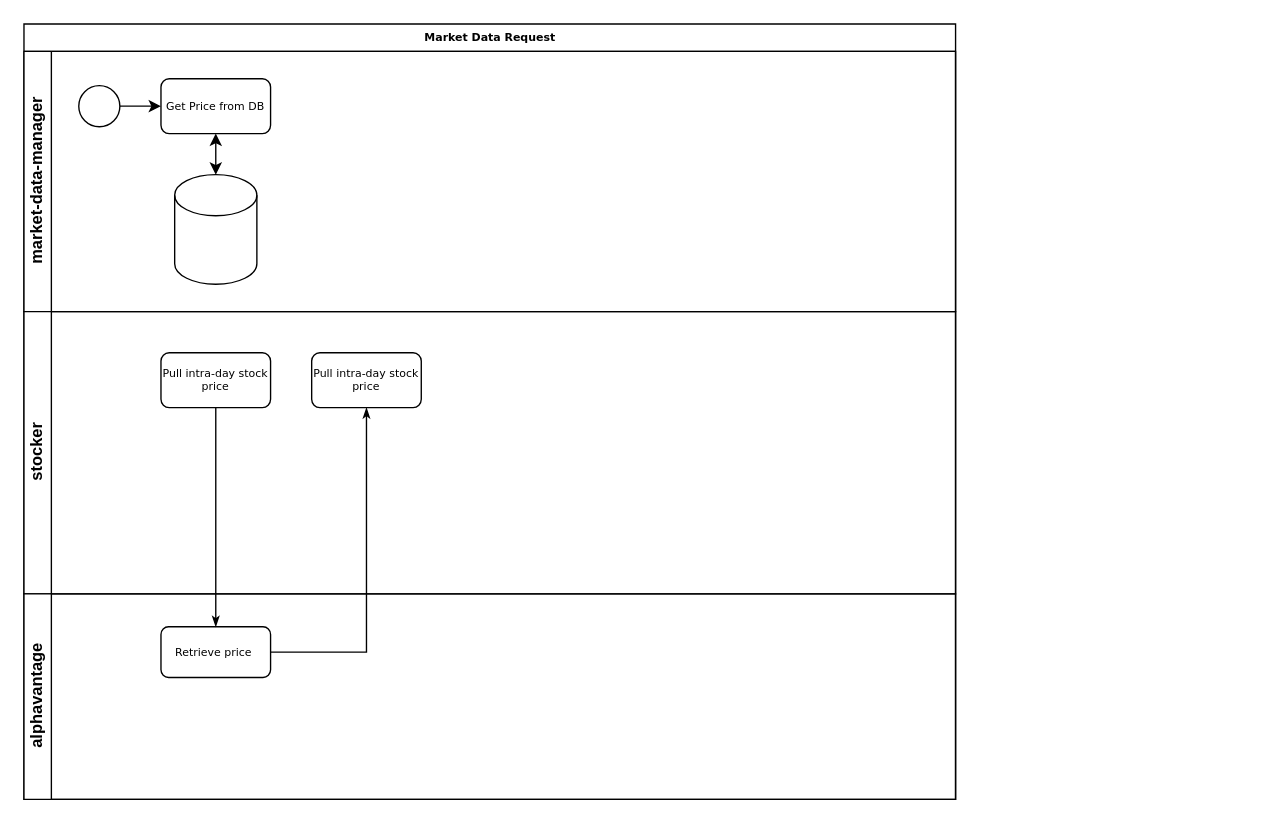
Above: market-data/Untitled Diagram.drawio in RicardoVCDev/flowcharts (draw.io), before the change. Source tidied: cells renumbered, new cells numbered last; positions are measured from the earlier drawing's top-left corner, leaving out a move shared by most shapes. Both pictures are drawn from the tidied source at 137%, with x=0, y=0 at pixel (23, 23).
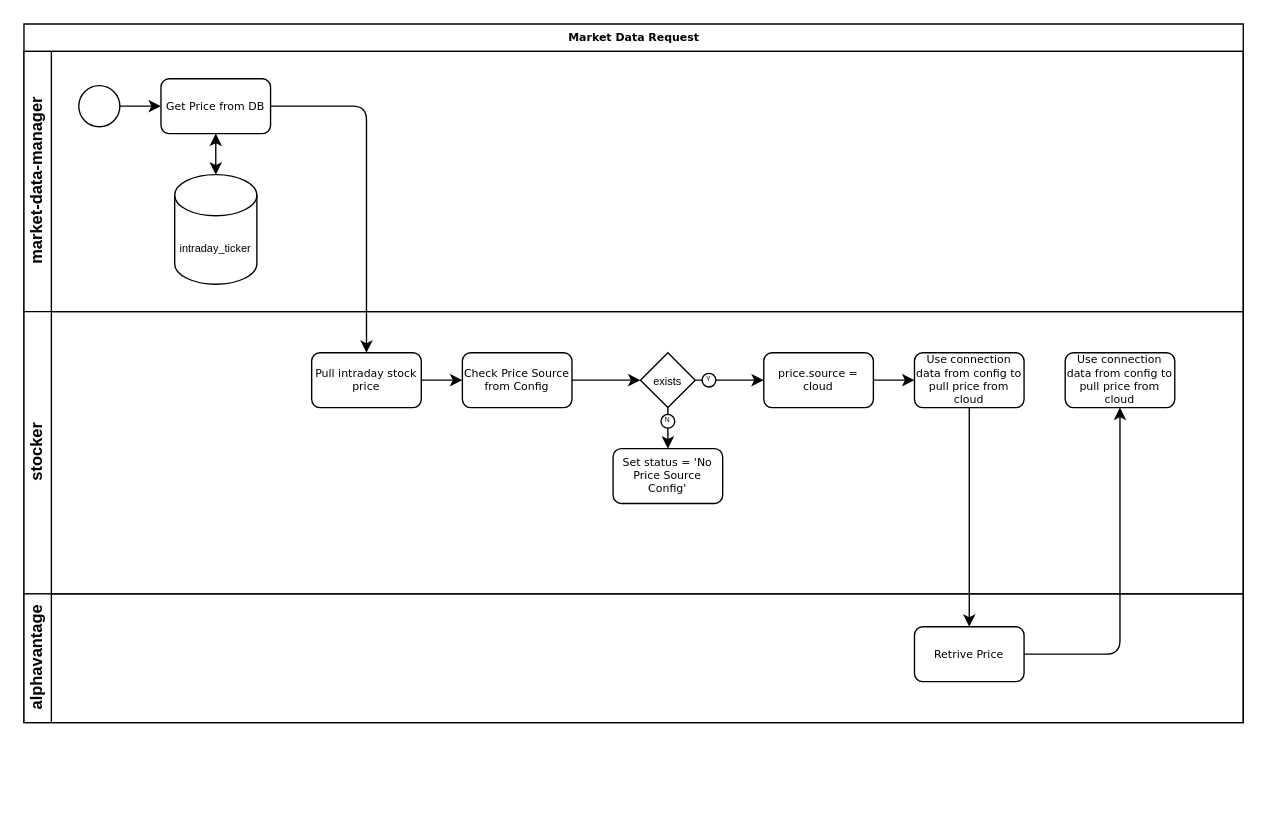
The same diagram, later.

Commit message:
config logic done

Unchanged cells that the change refers to:
```xml
<mxCell id="5" value="Get Price from DB" style="rounded=1;whiteSpace=wrap;html=1;shadow=0;labelBackgroundColor=none;strokeWidth=1;fontFamily=Verdana;fontSize=8;align=center;" parent="3" vertex="1">
  <mxGeometry x="100" y="20" width="80" height="40" as="geometry" />
</mxCell>
```

Diff of the diagram source:
```diff
@@
     <mxCell id="2" value="Market Data Request" style="swimlane;html=1;horizontal=1;startSize=20;rounded=0;shadow=0;labelBackgroundColor=none;strokeWidth=1;fontFamily=Verdana;fontSize=8;align=center;" parent="1" vertex="1">
-      <mxGeometry width="680" height="566" as="geometry" />
+      <mxGeometry width="890" height="510" as="geometry" />
     </mxCell>
     <mxCell id="3" value="market-data-manager" style="swimlane;html=1;startSize=20;horizontal=0;" parent="2" vertex="1">
-      <mxGeometry y="20" width="680" height="190" as="geometry" />
+      <mxGeometry y="20" width="890" height="190" as="geometry" />
     </mxCell>
@@
-    <mxCell id="7" style="shape=cylinder3;whiteSpace=wrap;html=1;boundedLbl=1;backgroundOutline=1;size=15;" parent="3" vertex="1">
+    <mxCell id="7" value="&lt;font style=&quot;font-size: 8px&quot;&gt;intraday_ticker&lt;/font&gt;" style="shape=cylinder3;whiteSpace=wrap;html=1;boundedLbl=1;backgroundOutline=1;size=15;" parent="3" vertex="1">
       <mxGeometry x="110" y="90" width="60" height="80" as="geometry" />
     </mxCell>
@@
     <mxCell id="9" value="stocker" style="swimlane;html=1;startSize=20;horizontal=0;" parent="2" vertex="1">
-      <mxGeometry y="210" width="680" height="206" as="geometry" />
+      <mxGeometry y="210" width="890" height="206" as="geometry" />
     </mxCell>
-    <mxCell id="10" value="Pull intra-day stock price" style="rounded=1;whiteSpace=wrap;html=1;shadow=0;labelBackgroundColor=none;strokeWidth=1;fontFamily=Verdana;fontSize=8;align=center;" parent="9" vertex="1">
-      <mxGeometry x="100" y="30" width="80" height="40" as="geometry" />
+    <mxCell id="10" value="Pull intraday stock price" style="rounded=1;whiteSpace=wrap;html=1;shadow=0;labelBackgroundColor=none;strokeWidth=1;fontFamily=Verdana;fontSize=8;align=center;" parent="9" vertex="1">
+      <mxGeometry x="210" y="30" width="80" height="40" as="geometry" />
     </mxCell>
-    <mxCell id="11" value="Pull intra-day stock price" style="rounded=1;whiteSpace=wrap;html=1;shadow=0;labelBackgroundColor=none;strokeWidth=1;fontFamily=Verdana;fontSize=8;align=center;" parent="9" vertex="1">
-      <mxGeometry x="210" y="30" width="80" height="40" as="geometry" />
+    <mxCell id="11" value="Check Price Source from Config" style="rounded=1;whiteSpace=wrap;html=1;shadow=0;labelBackgroundColor=none;strokeWidth=1;fontFamily=Verdana;fontSize=8;align=center;" parent="9" vertex="1">
+      <mxGeometry x="320" y="30" width="80" height="40" as="geometry" />
     </mxCell>
+    <mxCell id="16" style="endArrow=classic;html=1;exitX=1;exitY=0.5;exitDx=0;exitDy=0;entryX=0;entryY=0.5;entryDx=0;entryDy=0;" parent="9" edge="1" source="10" target="11">
+      <mxGeometry relative="1" as="geometry" />
+    </mxCell>
+    <mxCell id="17" value="&lt;font style=&quot;font-size: 8px&quot;&gt;exists&lt;/font&gt;" style="rhombus;whiteSpace=wrap;html=1;" parent="9" vertex="1">
+      <mxGeometry x="450" y="30" width="40" height="40" as="geometry" />
+    </mxCell>
+    <mxCell id="18" value="Use connection data from config to pull price from cloud" style="rounded=1;whiteSpace=wrap;html=1;shadow=0;labelBackgroundColor=none;strokeWidth=1;fontFamily=Verdana;fontSize=8;align=center;" parent="9" vertex="1">
+      <mxGeometry x="650" y="30" width="80" height="40" as="geometry" />
+    </mxCell>
+    <mxCell id="19" value="price.source = cloud" style="rounded=1;whiteSpace=wrap;html=1;shadow=0;labelBackgroundColor=none;strokeWidth=1;fontFamily=Verdana;fontSize=8;align=center;" parent="9" vertex="1">
+      <mxGeometry x="540" y="30" width="80" height="40" as="geometry" />
+    </mxCell>
+    <mxCell id="20" value="Use connection data from config to pull price from cloud" style="rounded=1;whiteSpace=wrap;html=1;shadow=0;labelBackgroundColor=none;strokeWidth=1;fontFamily=Verdana;fontSize=8;align=center;" parent="9" vertex="1">
+      <mxGeometry x="760" y="30" width="80" height="40" as="geometry" />
+    </mxCell>
+    <mxCell id="21" style="endArrow=classic;html=1;exitX=1;exitY=0.5;exitDx=0;exitDy=0;entryX=0;entryY=0.5;entryDx=0;entryDy=0;" parent="9" edge="1" source="11" target="17">
+      <mxGeometry relative="1" as="geometry" />
+    </mxCell>
+    <mxCell id="22" style="endArrow=classic;html=1;exitX=1;exitY=0.5;exitDx=0;exitDy=0;entryX=0;entryY=0.5;entryDx=0;entryDy=0;" parent="9" edge="1" source="17" target="19">
+      <mxGeometry relative="1" as="geometry" />
+    </mxCell>
+    <mxCell id="23" style="endArrow=classic;html=1;entryX=0;entryY=0.5;entryDx=0;entryDy=0;" parent="9" edge="1" source="19" target="18">
+      <mxGeometry relative="1" as="geometry" />
+    </mxCell>
+    <mxCell id="24" value="&lt;div style=&quot;text-align: justify&quot;&gt;&lt;span style=&quot;font-size: 6px&quot;&gt;&lt;sup&gt;Y&lt;/sup&gt;&lt;/span&gt;&lt;/div&gt;" style="ellipse;whiteSpace=wrap;html=1;" parent="9" vertex="1">
+      <mxGeometry x="495" y="45" width="10" height="10" as="geometry" />
+    </mxCell>
+    <mxCell id="25" value="Set status = 'No Price Source Config'" style="rounded=1;whiteSpace=wrap;html=1;shadow=0;labelBackgroundColor=none;strokeWidth=1;fontFamily=Verdana;fontSize=8;align=center;" parent="9" vertex="1">
+      <mxGeometry x="430" y="100" width="80" height="40" as="geometry" />
+    </mxCell>
+    <mxCell id="26" style="endArrow=classic;html=1;exitX=0.5;exitY=1;exitDx=0;exitDy=0;entryX=0.5;entryY=0;entryDx=0;entryDy=0;" parent="9" edge="1" source="17" target="25">
+      <mxGeometry relative="1" as="geometry" />
+    </mxCell>
+    <mxCell id="27" value="&lt;div style=&quot;text-align: justify&quot;&gt;&lt;span style=&quot;font-size: 6px&quot;&gt;&lt;sup&gt;N&lt;/sup&gt;&lt;/span&gt;&lt;/div&gt;" style="ellipse;whiteSpace=wrap;html=1;" parent="9" vertex="1">
+      <mxGeometry x="465" y="75" width="10" height="10" as="geometry" />
+    </mxCell>
     <mxCell id="12" value="alphavantage" style="swimlane;html=1;startSize=20;horizontal=0;" parent="2" vertex="1">
-      <mxGeometry y="416" width="680" height="150" as="geometry" />
+      <mxGeometry y="416" width="890" height="94" as="geometry" />
     </mxCell>
-    <mxCell id="13" value="Retrieve price&amp;nbsp;" style="rounded=1;whiteSpace=wrap;html=1;shadow=0;labelBackgroundColor=none;strokeWidth=1;fontFamily=Verdana;fontSize=8;align=center;" parent="12" vertex="1">
-      <mxGeometry x="100" y="24" width="80" height="37" as="geometry" />
-    </mxCell>
-    <mxCell id="14" style="edgeStyle=orthogonalEdgeStyle;rounded=0;html=1;labelBackgroundColor=none;startArrow=none;startFill=0;startSize=5;endArrow=classicThin;endFill=1;endSize=5;jettySize=auto;strokeWidth=1;fontFamily=Verdana;fontSize=8;" parent="2" edge="1" source="10" target="13">
-      <mxGeometry relative="1" as="geometry" />
-    </mxCell>
-    <mxCell id="15" style="edgeStyle=orthogonalEdgeStyle;rounded=0;html=1;labelBackgroundColor=none;startArrow=none;startFill=0;startSize=5;endArrow=classicThin;endFill=1;endSize=5;jettySize=auto;strokeWidth=1;fontFamily=Verdana;fontSize=8;entryX=0.5;entryY=1;entryDx=0;entryDy=0;" parent="2" edge="1" source="13" target="11">
-      <mxGeometry relative="1" as="geometry" />
-    </mxCell>
+    <mxCell id="28" value="Retrive Price" style="rounded=1;whiteSpace=wrap;html=1;shadow=0;labelBackgroundColor=none;strokeWidth=1;fontFamily=Verdana;fontSize=8;align=center;" parent="12" vertex="1">
+      <mxGeometry x="650" y="24" width="80" height="40" as="geometry" />
+    </mxCell>
+    <mxCell id="29" style="endArrow=classic;html=1;exitX=1;exitY=0.5;exitDx=0;exitDy=0;entryX=0.5;entryY=0;entryDx=0;entryDy=0;" parent="2" edge="1" source="5" target="10">
+      <mxGeometry relative="1" as="geometry">
+        <Array as="points">
+          <mxPoint x="250" y="60" />
+        </Array>
+      </mxGeometry>
+    </mxCell>
+    <mxCell id="30" style="endArrow=classic;html=1;entryX=0.5;entryY=1;entryDx=0;entryDy=0;exitX=1;exitY=0.5;exitDx=0;exitDy=0;" parent="2" edge="1" source="28" target="20">
+      <mxGeometry relative="1" as="geometry">
+        <Array as="points">
+          <mxPoint x="800" y="460" />
+        </Array>
+      </mxGeometry>
+    </mxCell>
+    <mxCell id="31" style="endArrow=classic;html=1;entryX=0.5;entryY=0;entryDx=0;entryDy=0;exitX=0.5;exitY=1;exitDx=0;exitDy=0;" parent="2" edge="1" source="18" target="28">
+      <mxGeometry relative="1" as="geometry" />
+    </mxCell>
```
